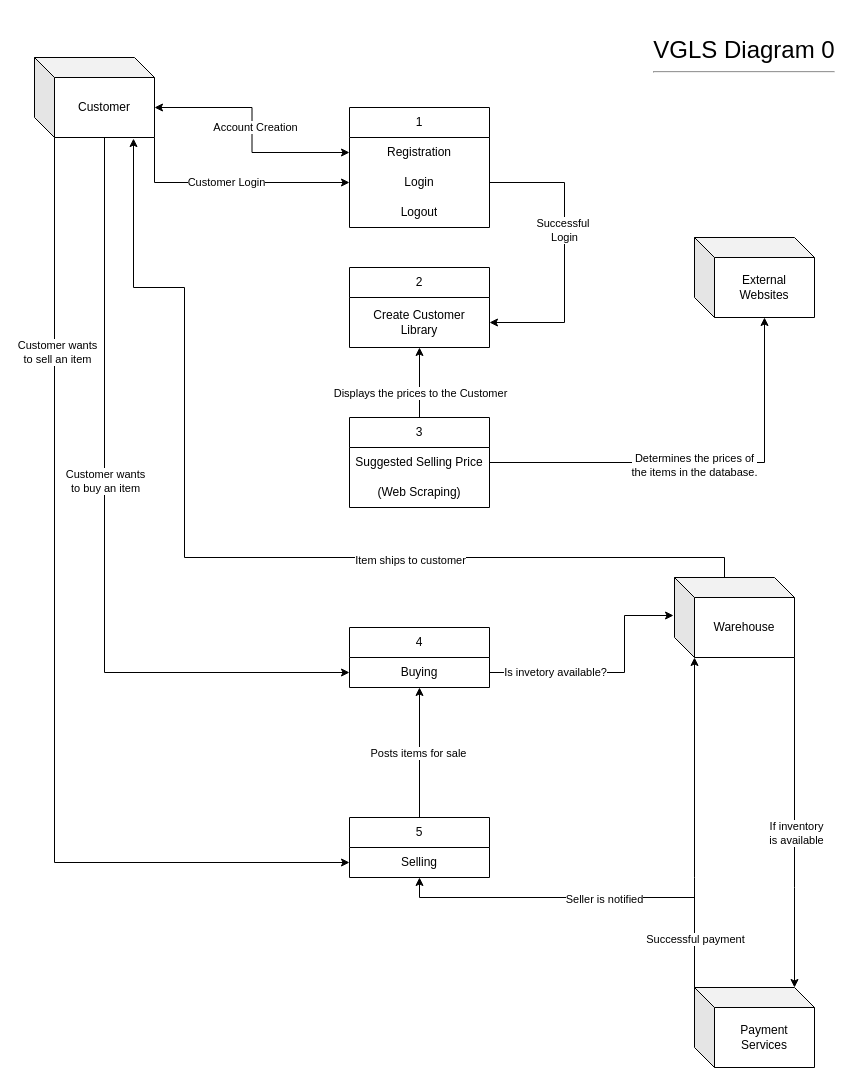
Before: CSC289_M3R3/CSC289_M3R3_Diagram0.drawio in MrChiff/CSC289, a draw.io diagram. Source tidied: cells renumbered, new cells numbered last; positions are measured from the earlier drawing's top-left corner, leaving out a move shared by most shapes. Both pictures are drawn from the tidied source at 100%, with x=0, y=0 at pixel (34, 17).
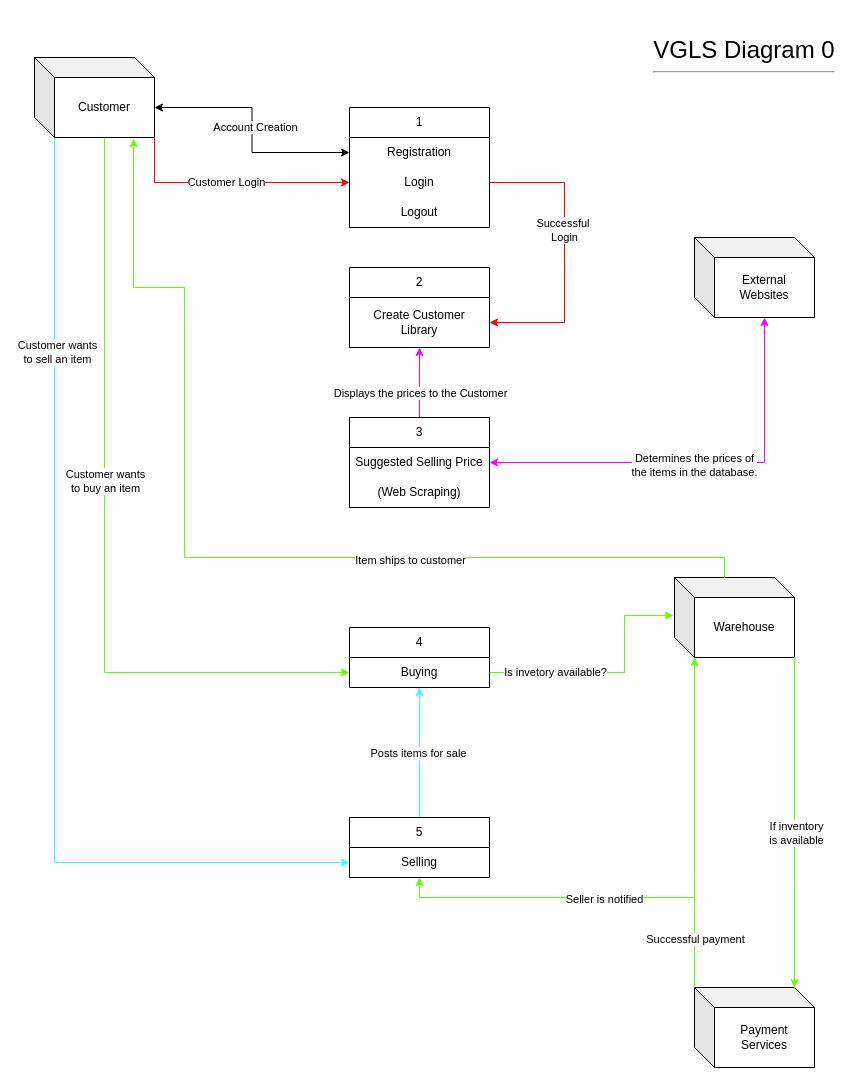
The same diagram, later.

Commit message (it also covers changes not shown here):
added color to diagram 0

The change refers to these unchanged cells:
```xml
<mxCell id="10" value="Customer" style="shape=cube;whiteSpace=wrap;html=1;boundedLbl=1;backgroundOutline=1;darkOpacity=0.05;darkOpacity2=0.1;" parent="1" vertex="1">
  <mxGeometry y="40" width="120" height="80" as="geometry" />
</mxCell>
<mxCell id="11" value="Warehouse" style="shape=cube;whiteSpace=wrap;html=1;boundedLbl=1;backgroundOutline=1;darkOpacity=0.05;darkOpacity2=0.1;" parent="1" vertex="1">
  <mxGeometry x="640" y="560" width="120" height="80" as="geometry" />
</mxCell>
<mxCell id="14" value="Payment &lt;br&gt;Services" style="shape=cube;whiteSpace=wrap;html=1;boundedLbl=1;backgroundOutline=1;darkOpacity=0.05;darkOpacity2=0.1;" parent="1" vertex="1">
  <mxGeometry x="660" y="970" width="120" height="80" as="geometry" />
</mxCell>
<mxCell id="17" value="Login" style="text;strokeColor=none;fillColor=none;align=center;verticalAlign=middle;spacingLeft=4;spacingRight=4;overflow=hidden;points=[[0,0.5],[1,0.5]];portConstraint=eastwest;whiteSpace=wrap;html=1;" parent="15" vertex="1">
  <mxGeometry y="60" width="140" height="30" as="geometry" />
</mxCell>
<mxCell id="19" value="2" style="swimlane;fontStyle=0;horizontal=1;startSize=30;whiteSpace=wrap;html=1;" parent="1" vertex="1">
  <mxGeometry x="315" y="250" width="140" height="80" as="geometry" />
</mxCell>
<mxCell id="20" value="Create Customer&lt;br&gt;Library" style="text;strokeColor=none;fillColor=none;align=center;verticalAlign=middle;spacingLeft=4;spacingRight=4;overflow=hidden;points=[[0,0.5],[1,0.5]];portConstraint=eastwest;whiteSpace=wrap;html=1;" parent="19" vertex="1">
  <mxGeometry y="30" width="140" height="50" as="geometry" />
</mxCell>
<mxCell id="21" value="4" style="swimlane;fontStyle=0;horizontal=1;startSize=30;whiteSpace=wrap;html=1;" parent="1" vertex="1">
  <mxGeometry x="315" y="610" width="140" height="60" as="geometry" />
</mxCell>
<mxCell id="22" value="Buying" style="text;strokeColor=none;fillColor=none;align=center;verticalAlign=middle;spacingLeft=4;spacingRight=4;overflow=hidden;points=[[0,0.5],[1,0.5]];portConstraint=eastwest;whiteSpace=wrap;html=1;" parent="21" vertex="1">
  <mxGeometry y="30" width="140" height="30" as="geometry" />
</mxCell>
<mxCell id="25" value="5" style="swimlane;fontStyle=0;horizontal=1;startSize=30;whiteSpace=wrap;html=1;" parent="1" vertex="1">
  <mxGeometry x="315" y="800" width="140" height="60" as="geometry" />
</mxCell>
<mxCell id="26" value="Selling" style="text;strokeColor=none;fillColor=none;align=center;verticalAlign=middle;spacingLeft=4;spacingRight=4;overflow=hidden;points=[[0,0.5],[1,0.5]];portConstraint=eastwest;whiteSpace=wrap;html=1;" parent="25" vertex="1">
  <mxGeometry y="30" width="140" height="30" as="geometry" />
</mxCell>
<mxCell id="27" value="External&lt;br&gt;Websites" style="shape=cube;whiteSpace=wrap;html=1;boundedLbl=1;backgroundOutline=1;darkOpacity=0.05;darkOpacity2=0.1;" parent="1" vertex="1">
  <mxGeometry x="660" y="220" width="120" height="80" as="geometry" />
</mxCell>
<mxCell id="30" value="3" style="swimlane;fontStyle=0;horizontal=1;startSize=30;whiteSpace=wrap;html=1;" parent="1" vertex="1">
  <mxGeometry x="315" y="400" width="140" height="90" as="geometry" />
</mxCell>
```

What changed in the source:
```diff
@@
-    <mxCell id="4" style="edgeStyle=orthogonalEdgeStyle;rounded=0;jettySize=auto;html=1;exitX=1;exitY=1;exitDx=0;exitDy=0;exitPerimeter=0;entryX=0;entryY=0.5;entryDx=0;entryDy=0;" parent="1" edge="1" source="10" target="17">
+    <mxCell id="4" style="edgeStyle=orthogonalEdgeStyle;rounded=0;jettySize=auto;html=1;exitX=1;exitY=1;exitDx=0;exitDy=0;exitPerimeter=0;entryX=0;entryY=0.5;entryDx=0;entryDy=0;fillColor=#a20025;strokeColor=#FF0000;" parent="1" edge="1" source="10" target="17">
       <mxGeometry relative="1" as="geometry" />
     </mxCell>
@@
-    <mxCell id="6" style="edgeStyle=orthogonalEdgeStyle;rounded=0;jettySize=auto;html=1;exitX=0;exitY=0;exitDx=70;exitDy=80;exitPerimeter=0;" parent="1" edge="1" source="10" target="22">
+    <mxCell id="6" style="edgeStyle=orthogonalEdgeStyle;rounded=0;jettySize=auto;html=1;exitX=0;exitY=0;exitDx=70;exitDy=80;exitPerimeter=0;fillColor=#60a917;strokeColor=#61FF00;" parent="1" edge="1" source="10" target="22">
       <mxGeometry relative="1" as="geometry">
         <Array as="points">
           <mxPoint x="70" y="655" />
         </Array>
       </mxGeometry>
     </mxCell>
@@
-    <mxCell id="8" style="edgeStyle=orthogonalEdgeStyle;rounded=0;jettySize=auto;html=1;exitX=0;exitY=0;exitDx=20;exitDy=80;exitPerimeter=0;entryX=0;entryY=0.5;entryDx=0;entryDy=0;" parent="1" edge="1" source="10" target="26">
+    <mxCell id="8" style="edgeStyle=orthogonalEdgeStyle;rounded=0;jettySize=auto;html=1;exitX=0;exitY=0;exitDx=20;exitDy=80;exitPerimeter=0;entryX=0;entryY=0.5;entryDx=0;entryDy=0;fillColor=#1ba1e2;strokeColor=#33FFFF;" parent="1" edge="1" source="10" target="26">
       <mxGeometry relative="1" as="geometry">
         <Array as="points">
           <mxPoint x="20" y="845" />
         </Array>
       </mxGeometry>
     </mxCell>
@@
-    <mxCell id="12" style="edgeStyle=orthogonalEdgeStyle;rounded=0;jettySize=auto;html=1;exitX=0;exitY=0;exitDx=0;exitDy=0;exitPerimeter=0;" parent="1" edge="1" source="14" target="25">
+    <mxCell id="12" style="edgeStyle=orthogonalEdgeStyle;rounded=0;jettySize=auto;html=1;exitX=0;exitY=0;exitDx=0;exitDy=0;exitPerimeter=0;fillColor=#60a917;strokeColor=#61FF00;" parent="1" edge="1" source="14" target="25">
       <mxGeometry relative="1" as="geometry">
         <Array as="points">
           <mxPoint x="660" y="880" />
           <mxPoint x="385" y="880" />
         </Array>
       </mxGeometry>
     </mxCell>
@@
-    <mxCell id="23" style="edgeStyle=orthogonalEdgeStyle;rounded=0;jettySize=auto;html=1;exitX=0.5;exitY=0;exitDx=0;exitDy=0;" parent="1" edge="1" source="25" target="21">
+    <mxCell id="23" style="edgeStyle=orthogonalEdgeStyle;rounded=0;jettySize=auto;html=1;exitX=0.5;exitY=0;exitDx=0;exitDy=0;fillColor=#1ba1e2;strokeColor=#33FFFF;" parent="1" edge="1" source="25" target="21">
       <mxGeometry relative="1" as="geometry" />
     </mxCell>
@@
-    <mxCell id="28" style="edgeStyle=orthogonalEdgeStyle;rounded=0;jettySize=auto;html=1;exitX=0.5;exitY=0;exitDx=0;exitDy=0;" parent="1" edge="1" source="30" target="19">
+    <mxCell id="28" style="edgeStyle=orthogonalEdgeStyle;rounded=0;jettySize=auto;html=1;exitX=0.5;exitY=0;exitDx=0;exitDy=0;fillColor=#d80073;strokeColor=#FF00FF;" parent="1" edge="1" source="30" target="19">
       <mxGeometry relative="1" as="geometry" />
     </mxCell>
@@
-    <mxCell id="33" style="edgeStyle=orthogonalEdgeStyle;rounded=0;jettySize=auto;html=1;exitX=1;exitY=0.5;exitDx=0;exitDy=0;entryX=1;entryY=0.5;entryDx=0;entryDy=0;" parent="1" edge="1" source="17" target="20">
+    <mxCell id="33" style="edgeStyle=orthogonalEdgeStyle;rounded=0;jettySize=auto;html=1;exitX=1;exitY=0.5;exitDx=0;exitDy=0;entryX=1;entryY=0.5;entryDx=0;entryDy=0;fillColor=#a20025;strokeColor=#FF0000;" parent="1" edge="1" source="17" target="20">
       <mxGeometry relative="1" as="geometry">
         <Array as="points">
           <mxPoint x="530" y="165" />
           <mxPoint x="530" y="305" />
         </Array>
       </mxGeometry>
     </mxCell>
@@
-    <mxCell id="35" style="edgeStyle=orthogonalEdgeStyle;rounded=0;jettySize=auto;html=1;entryX=0;entryY=0;entryDx=70;entryDy=80;entryPerimeter=0;" parent="1" edge="1" source="30" target="27">
+    <mxCell id="35" style="edgeStyle=orthogonalEdgeStyle;rounded=0;jettySize=auto;html=1;entryX=0;entryY=0;entryDx=70;entryDy=80;entryPerimeter=0;startArrow=classic;startFill=1;fillColor=#d80073;strokeColor=#FF00FF;" parent="1" edge="1" source="30" target="27">
       <mxGeometry relative="1" as="geometry" />
     </mxCell>
@@
-    <mxCell id="37" style="edgeStyle=orthogonalEdgeStyle;rounded=0;jettySize=auto;html=1;exitX=1;exitY=0.5;exitDx=0;exitDy=0;entryX=-0.008;entryY=0.475;entryDx=0;entryDy=0;entryPerimeter=0;" parent="1" edge="1" source="22" target="11">
+    <mxCell id="37" style="edgeStyle=orthogonalEdgeStyle;rounded=0;jettySize=auto;html=1;exitX=1;exitY=0.5;exitDx=0;exitDy=0;entryX=-0.008;entryY=0.475;entryDx=0;entryDy=0;entryPerimeter=0;fillColor=#60a917;strokeColor=#61FF00;" parent="1" edge="1" source="22" target="11">
       <mxGeometry relative="1" as="geometry">
         <Array as="points">
           <mxPoint x="590" y="655" />
           <mxPoint x="590" y="598" />
         </Array>
       </mxGeometry>
     </mxCell>
@@
-    <mxCell id="39" style="edgeStyle=orthogonalEdgeStyle;rounded=0;jettySize=auto;html=1;exitX=1;exitY=1;exitDx=0;exitDy=0;exitPerimeter=0;entryX=0;entryY=0;entryDx=100;entryDy=0;entryPerimeter=0;" parent="1" edge="1" source="11" target="14">
+    <mxCell id="39" style="edgeStyle=orthogonalEdgeStyle;rounded=0;jettySize=auto;html=1;exitX=1;exitY=1;exitDx=0;exitDy=0;exitPerimeter=0;entryX=0;entryY=0;entryDx=100;entryDy=0;entryPerimeter=0;fillColor=#60a917;strokeColor=#61FF00;" parent="1" edge="1" source="11" target="14">
       <mxGeometry relative="1" as="geometry">
         <Array as="points">
           <mxPoint x="760" y="870" />
           <mxPoint x="760" y="870" />
         </Array>
       </mxGeometry>
     </mxCell>
@@
-    <mxCell id="41" style="edgeStyle=orthogonalEdgeStyle;rounded=0;jettySize=auto;html=1;exitX=0;exitY=0;exitDx=0;exitDy=0;exitPerimeter=0;entryX=0;entryY=0;entryDx=20;entryDy=80;entryPerimeter=0;" parent="1" edge="1" source="14" target="11">
+    <mxCell id="41" style="edgeStyle=orthogonalEdgeStyle;rounded=0;jettySize=auto;html=1;exitX=0;exitY=0;exitDx=0;exitDy=0;exitPerimeter=0;entryX=0;entryY=0;entryDx=20;entryDy=80;entryPerimeter=0;fillColor=#60a917;strokeColor=#61FF00;" parent="1" edge="1" source="14" target="11">
       <mxGeometry relative="1" as="geometry">
         <Array as="points">
           <mxPoint x="660" y="860" />
           <mxPoint x="660" y="860" />
         </Array>
       </mxGeometry>
     </mxCell>
@@
-    <mxCell id="43" style="edgeStyle=orthogonalEdgeStyle;rounded=0;jettySize=auto;html=1;exitX=0;exitY=0;exitDx=50;exitDy=0;exitPerimeter=0;entryX=0.825;entryY=1.013;entryDx=0;entryDy=0;entryPerimeter=0;" parent="1" edge="1" source="11" target="10">
+    <mxCell id="43" style="edgeStyle=orthogonalEdgeStyle;rounded=0;jettySize=auto;html=1;exitX=0;exitY=0;exitDx=50;exitDy=0;exitPerimeter=0;entryX=0.825;entryY=1.013;entryDx=0;entryDy=0;entryPerimeter=0;fillColor=#60a917;strokeColor=#61FF00;" parent="1" edge="1" source="11" target="10">
       <mxGeometry relative="1" as="geometry">
         <Array as="points">
           <mxPoint x="690" y="540" />
           <mxPoint x="150" y="540" />
           <mxPoint x="150" y="270" />
           <mxPoint x="99" y="270" />
         </Array>
       </mxGeometry>
     </mxCell>
```
